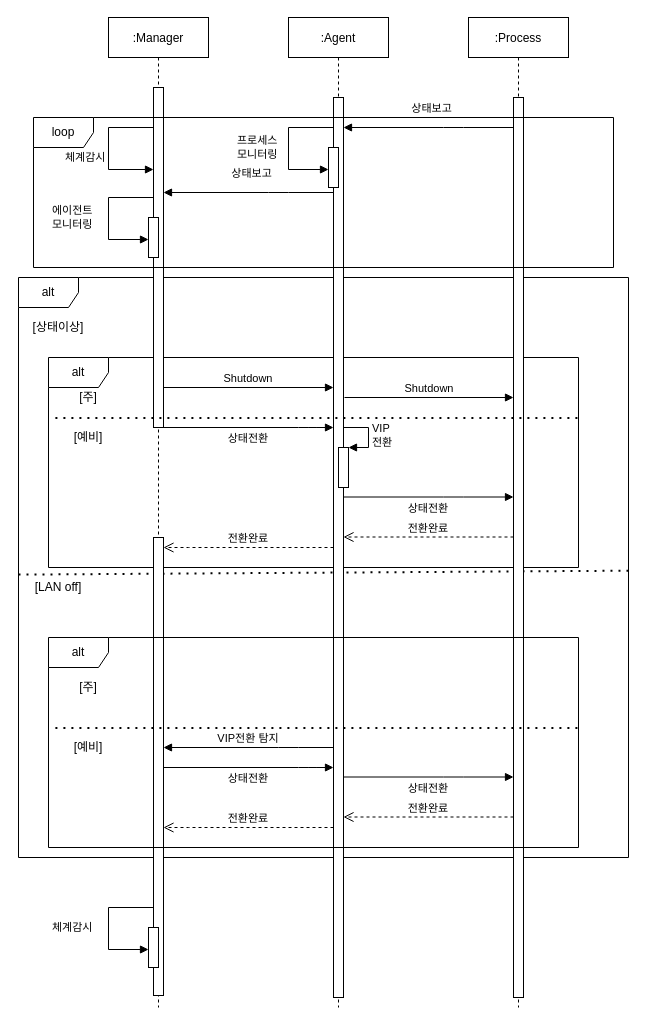
Earlier version of the draw.io diagram System Management Diagram.drawio (MoonWhales/FirstProject). Source tidied: cells renumbered, new cells numbered last; positions are measured from the earlier drawing's top-left corner, leaving out a move shared by most shapes. Both pictures are drawn from the tidied source at 100%, with x=0, y=0 at pixel (18, 17).
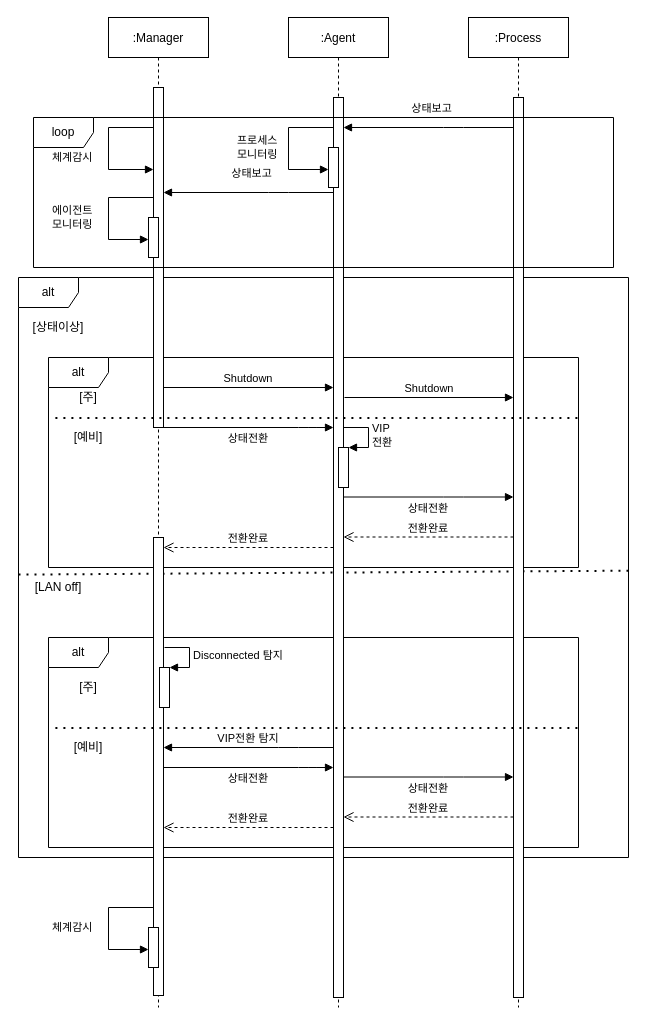
After the change.

The change refers to these unchanged cells:
```xml
<mxCell id="5" value=":Manager" style="shape=umlLifeline;perimeter=lifelinePerimeter;rounded=0;shadow=0;strokeWidth=1;" parent="1" vertex="1">
  <mxGeometry x="90" width="100" height="990" as="geometry" />
</mxCell>
```

The edit, as a diff of the source:
```diff
@@
+    <mxCell id="40" value="alt" style="shape=umlFrame;whiteSpace=wrap;html=1;width=60;height=30;" parent="1" vertex="1">
+      <mxGeometry x="30" y="620" width="530" height="210" as="geometry" />
+    </mxCell>
@@
+    <mxCell id="44" style="html=1;points=[];perimeter=orthogonalPerimeter;" parent="5" vertex="1">
+      <mxGeometry x="51" y="650" width="10" height="40" as="geometry" />
+    </mxCell>
+    <mxCell id="45" value="Disconnected 탐지" style="edgeStyle=orthogonalEdgeStyle;html=1;align=left;spacingLeft=2;endArrow=block;rounded=0;entryX=1;entryY=0;" parent="5" edge="1" target="44">
+      <mxGeometry relative="1" as="geometry">
+        <mxPoint x="56" y="630" as="sourcePoint" />
+        <Array as="points">
+          <mxPoint x="81" y="630" />
+        </Array>
+      </mxGeometry>
+    </mxCell>
@@
     <mxCell id="26" value="체계감시" style="edgeStyle=orthogonalEdgeStyle;html=1;align=left;spacingLeft=2;endArrow=block;rounded=0;" parent="1" edge="1">
-      <mxGeometry x="0.37" y="51" relative="1" as="geometry">
+      <mxGeometry x="0.32" y="61" relative="1" as="geometry">
         <mxPoint x="135" y="110" as="sourcePoint" />
         <mxPoint x="135" y="152" as="targetPoint" />
         <Array as="points">
           <mxPoint x="90" y="110" />
           <mxPoint x="90" y="152" />
         </Array>
-        <mxPoint x="-50" y="39" as="offset" />
+        <mxPoint x="-60" y="49" as="offset" />
       </mxGeometry>
     </mxCell>
@@
-    <mxCell id="40" value="alt" style="shape=umlFrame;whiteSpace=wrap;html=1;width=60;height=30;" parent="1" vertex="1">
-      <mxGeometry x="30" y="620" width="530" height="210" as="geometry" />
-    </mxCell>
```
